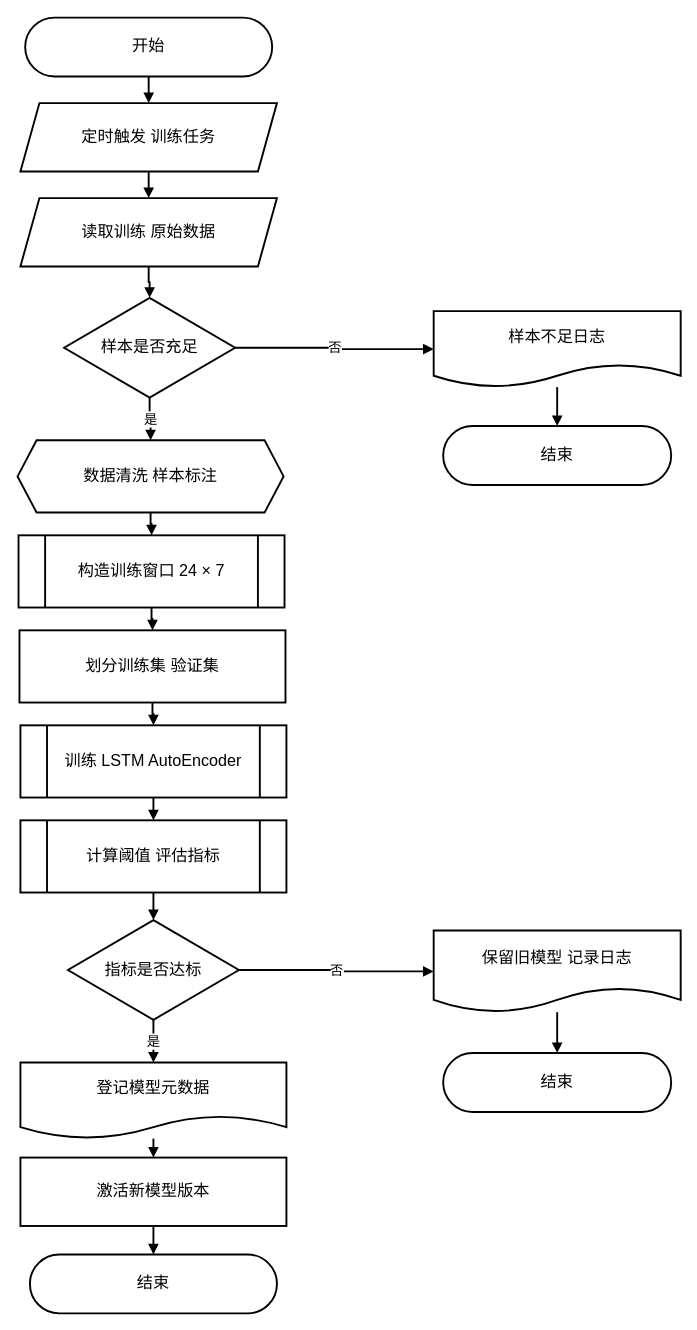
This is pictures_drawio/持续训练流程图.drawio from solisW/my_thesis_system, a draw.io file, before an edit. Source tidied: cells renumbered, new cells numbered last; positions are measured from the earlier drawing's top-left corner, leaving out a move shared by most shapes. Both pictures are drawn from the tidied source at 95%, with x=0, y=0 at pixel (17, 17).
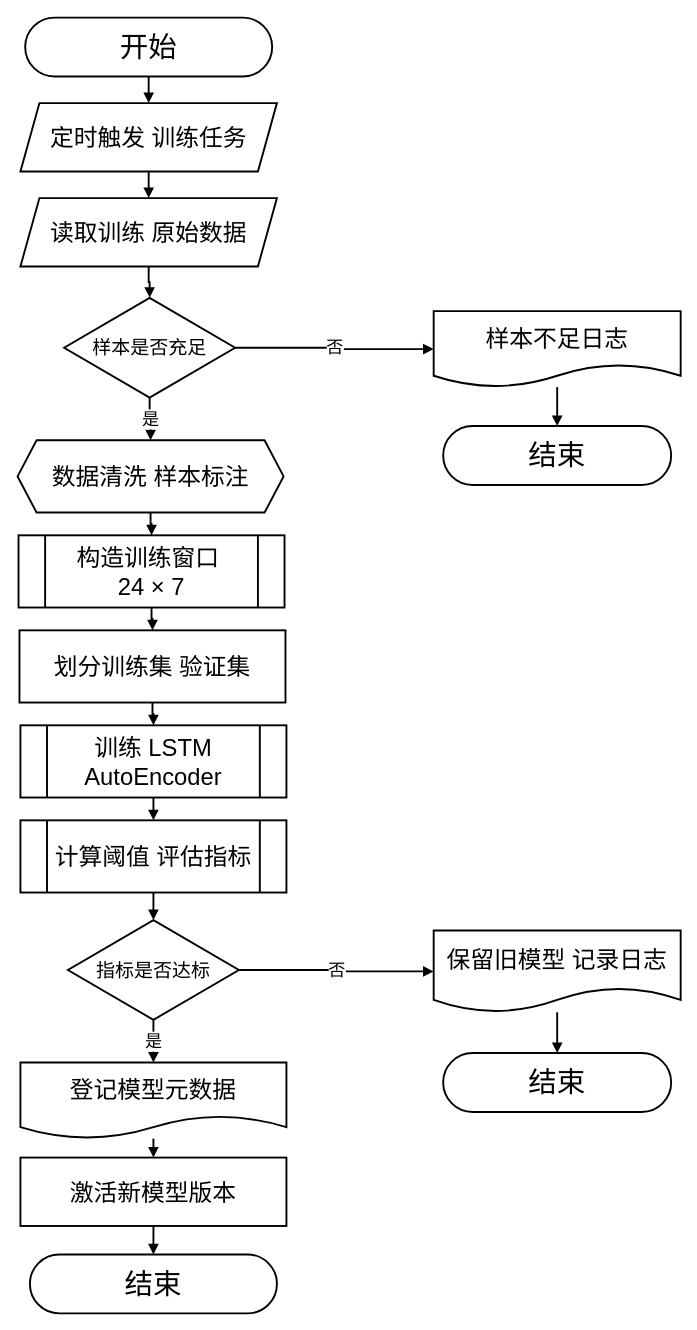
Above is the later version.

Diff of the diagram source:
```diff
@@
-    <mxCell id="2" value="开始" style="rounded=1;arcSize=50;whiteSpace=wrap;html=1;fillColor=#ffffff;strokeColor=#000000;strokeWidth=2;fontSize=17;" parent="1" vertex="1">
+    <mxCell id="2" value="&lt;font style=&quot;font-size: 30px;&quot;&gt;开始&lt;/font&gt;" style="rounded=1;arcSize=50;whiteSpace=wrap;html=1;fillColor=#ffffff;strokeColor=#000000;strokeWidth=2;fontSize=17;" parent="1" vertex="1">
       <mxGeometry x="8" width="260" height="62" as="geometry" />
     </mxCell>
-    <mxCell id="3" value="定时触发 训练任务" style="shape=parallelogram;perimeter=parallelogramPerimeter;whiteSpace=wrap;html=1;fixedSize=1;fillColor=#ffffff;strokeColor=#000000;strokeWidth=2;fontSize=17;" parent="1" vertex="1">
+    <mxCell id="3" value="&lt;font style=&quot;font-size: 25px;&quot;&gt;定时触发 训练任务&lt;/font&gt;" style="shape=parallelogram;perimeter=parallelogramPerimeter;whiteSpace=wrap;html=1;fixedSize=1;fillColor=#ffffff;strokeColor=#000000;strokeWidth=2;fontSize=17;" parent="1" vertex="1">
       <mxGeometry x="3" y="90" width="270" height="72" as="geometry" />
     </mxCell>
-    <mxCell id="4" value="读取训练 原始数据" style="shape=parallelogram;perimeter=parallelogramPerimeter;whiteSpace=wrap;html=1;fixedSize=1;fillColor=#ffffff;strokeColor=#000000;strokeWidth=2;fontSize=17;" parent="1" vertex="1">
+    <mxCell id="4" value="&lt;font style=&quot;font-size: 25px;&quot;&gt;读取训练 原始数据&lt;/font&gt;" style="shape=parallelogram;perimeter=parallelogramPerimeter;whiteSpace=wrap;html=1;fixedSize=1;fillColor=#ffffff;strokeColor=#000000;strokeWidth=2;fontSize=17;" parent="1" vertex="1">
       <mxGeometry x="3" y="190" width="270" height="72" as="geometry" />
     </mxCell>
-    <mxCell id="5" value="样本是否充足" style="rhombus;whiteSpace=wrap;html=1;fillColor=#ffffff;strokeColor=#000000;strokeWidth=2;fontSize=17;" parent="1" vertex="1">
+    <mxCell id="5" value="&lt;font style=&quot;font-size: 20px;&quot;&gt;样本是否充足&lt;/font&gt;" style="rhombus;whiteSpace=wrap;html=1;fillColor=#ffffff;strokeColor=#000000;strokeWidth=2;fontSize=17;" parent="1" vertex="1">
       <mxGeometry x="49" y="295" width="180" height="105" as="geometry" />
     </mxCell>
-    <mxCell id="6" value="样本不足日志" style="shape=document;whiteSpace=wrap;html=1;boundedLbl=1;fillColor=#ffffff;strokeColor=#000000;strokeWidth=2;fontSize=17;" parent="1" vertex="1">
+    <mxCell id="6" value="&lt;font style=&quot;font-size: 25px;&quot;&gt;样本不足日志&lt;/font&gt;" style="shape=document;whiteSpace=wrap;html=1;boundedLbl=1;fillColor=#ffffff;strokeColor=#000000;strokeWidth=2;fontSize=17;" parent="1" vertex="1">
       <mxGeometry x="438" y="309" width="260" height="80" as="geometry" />
     </mxCell>
-    <mxCell id="7" value="结束" style="rounded=1;arcSize=50;whiteSpace=wrap;html=1;fillColor=#ffffff;strokeColor=#000000;strokeWidth=2;fontSize=17;" parent="1" vertex="1">
+    <mxCell id="7" value="&lt;font style=&quot;font-size: 30px;&quot;&gt;结束&lt;/font&gt;" style="rounded=1;arcSize=50;whiteSpace=wrap;html=1;fillColor=#ffffff;strokeColor=#000000;strokeWidth=2;fontSize=17;" parent="1" vertex="1">
       <mxGeometry x="448" y="430" width="240" height="62" as="geometry" />
     </mxCell>
-    <mxCell id="8" value="数据清洗 样本标注" style="shape=hexagon;perimeter=hexagonPerimeter2;whiteSpace=wrap;html=1;fixedSize=1;fillColor=#ffffff;strokeColor=#000000;strokeWidth=2;fontSize=17;" parent="1" vertex="1">
+    <mxCell id="8" value="&lt;font style=&quot;font-size: 25px;&quot;&gt;数据清洗 样本标注&lt;/font&gt;" style="shape=hexagon;perimeter=hexagonPerimeter2;whiteSpace=wrap;html=1;fixedSize=1;fillColor=#ffffff;strokeColor=#000000;strokeWidth=2;fontSize=17;" parent="1" vertex="1">
       <mxGeometry y="445" width="280" height="76" as="geometry" />
     </mxCell>
-    <mxCell id="9" value="构造训练窗口 24 × 7" style="shape=process;whiteSpace=wrap;html=1;backgroundOutline=1;fillColor=#ffffff;strokeColor=#000000;strokeWidth=2;fontSize=17;" parent="1" vertex="1">
+    <mxCell id="9" value="&lt;font style=&quot;font-size: 25px;&quot;&gt;构造训练窗口&amp;nbsp;&lt;/font&gt;&lt;div&gt;&lt;font style=&quot;font-size: 25px;&quot;&gt;24 × 7&lt;/font&gt;&lt;/div&gt;" style="shape=process;whiteSpace=wrap;html=1;backgroundOutline=1;fillColor=#ffffff;strokeColor=#000000;strokeWidth=2;fontSize=17;" parent="1" vertex="1">
       <mxGeometry x="1" y="545" width="280" height="76" as="geometry" />
     </mxCell>
-    <mxCell id="10" value="划分训练集 验证集" style="rounded=0;whiteSpace=wrap;html=1;fillColor=#ffffff;strokeColor=#000000;strokeWidth=2;fontSize=17;" parent="1" vertex="1">
+    <mxCell id="10" value="&lt;font style=&quot;font-size: 25px;&quot;&gt;划分训练集 验证集&lt;/font&gt;" style="rounded=0;whiteSpace=wrap;html=1;fillColor=#ffffff;strokeColor=#000000;strokeWidth=2;fontSize=17;" parent="1" vertex="1">
       <mxGeometry x="2" y="645" width="280" height="76" as="geometry" />
     </mxCell>
-    <mxCell id="11" value="训练 LSTM AutoEncoder" style="shape=process;whiteSpace=wrap;html=1;backgroundOutline=1;fillColor=#ffffff;strokeColor=#000000;strokeWidth=2;fontSize=17;" parent="1" vertex="1">
+    <mxCell id="11" value="&lt;font style=&quot;font-size: 25px;&quot;&gt;训练 LSTM AutoEncoder&lt;/font&gt;" style="shape=process;whiteSpace=wrap;html=1;backgroundOutline=1;fillColor=#ffffff;strokeColor=#000000;strokeWidth=2;fontSize=17;" parent="1" vertex="1">
       <mxGeometry x="3" y="745" width="280" height="76" as="geometry" />
     </mxCell>
-    <mxCell id="12" value="计算阈值 评估指标" style="shape=process;whiteSpace=wrap;html=1;backgroundOutline=1;fillColor=#ffffff;strokeColor=#000000;strokeWidth=2;fontSize=17;" parent="1" vertex="1">
+    <mxCell id="12" value="&lt;font style=&quot;font-size: 25px;&quot;&gt;计算阈值 评估指标&lt;/font&gt;" style="shape=process;whiteSpace=wrap;html=1;backgroundOutline=1;fillColor=#ffffff;strokeColor=#000000;strokeWidth=2;fontSize=17;" parent="1" vertex="1">
       <mxGeometry x="3" y="845" width="280" height="76" as="geometry" />
     </mxCell>
-    <mxCell id="13" value="指标是否达标" style="rhombus;whiteSpace=wrap;html=1;fillColor=#ffffff;strokeColor=#000000;strokeWidth=2;fontSize=17;" parent="1" vertex="1">
+    <mxCell id="13" value="&lt;font style=&quot;font-size: 20px;&quot;&gt;指标是否达标&lt;/font&gt;" style="rhombus;whiteSpace=wrap;html=1;fillColor=#ffffff;strokeColor=#000000;strokeWidth=2;fontSize=17;" parent="1" vertex="1">
       <mxGeometry x="53" y="950" width="180" height="105" as="geometry" />
     </mxCell>
-    <mxCell id="14" value="保留旧模型 记录日志" style="shape=document;whiteSpace=wrap;html=1;boundedLbl=1;fillColor=#ffffff;strokeColor=#000000;strokeWidth=2;fontSize=17;" parent="1" vertex="1">
+    <mxCell id="14" value="&lt;font style=&quot;font-size: 25px;&quot;&gt;保留旧模型 记录日志&lt;/font&gt;" style="shape=document;whiteSpace=wrap;html=1;boundedLbl=1;fillColor=#ffffff;strokeColor=#000000;strokeWidth=2;fontSize=17;" parent="1" vertex="1">
       <mxGeometry x="438" y="961" width="260" height="86" as="geometry" />
     </mxCell>
-    <mxCell id="15" value="结束" style="rounded=1;arcSize=50;whiteSpace=wrap;html=1;fillColor=#ffffff;strokeColor=#000000;strokeWidth=2;fontSize=17;" parent="1" vertex="1">
+    <mxCell id="15" value="&lt;font style=&quot;font-size: 30px;&quot;&gt;结束&lt;/font&gt;" style="rounded=1;arcSize=50;whiteSpace=wrap;html=1;fillColor=#ffffff;strokeColor=#000000;strokeWidth=2;fontSize=17;" parent="1" vertex="1">
       <mxGeometry x="448" y="1090" width="240" height="62" as="geometry" />
     </mxCell>
-    <mxCell id="16" value="登记模型元数据" style="shape=document;whiteSpace=wrap;html=1;boundedLbl=1;fillColor=#ffffff;strokeColor=#000000;strokeWidth=2;fontSize=17;" parent="1" vertex="1">
+    <mxCell id="16" value="&lt;font style=&quot;font-size: 25px;&quot;&gt;登记模型元数据&lt;/font&gt;" style="shape=document;whiteSpace=wrap;html=1;boundedLbl=1;fillColor=#ffffff;strokeColor=#000000;strokeWidth=2;fontSize=17;" parent="1" vertex="1">
       <mxGeometry x="3" y="1100" width="280" height="80" as="geometry" />
     </mxCell>
-    <mxCell id="17" value="激活新模型版本" style="rounded=0;whiteSpace=wrap;html=1;fillColor=#ffffff;strokeColor=#000000;strokeWidth=2;fontSize=17;" parent="1" vertex="1">
+    <mxCell id="17" value="&lt;font style=&quot;font-size: 25px;&quot;&gt;激活新模型版本&lt;/font&gt;" style="rounded=0;whiteSpace=wrap;html=1;fillColor=#ffffff;strokeColor=#000000;strokeWidth=2;fontSize=17;" parent="1" vertex="1">
       <mxGeometry x="3" y="1200" width="280" height="72" as="geometry" />
     </mxCell>
-    <mxCell id="18" value="结束" style="rounded=1;arcSize=50;whiteSpace=wrap;html=1;fillColor=#ffffff;strokeColor=#000000;strokeWidth=2;fontSize=17;" parent="1" vertex="1">
+    <mxCell id="18" value="&lt;font style=&quot;font-size: 30px;&quot;&gt;结束&lt;/font&gt;" style="rounded=1;arcSize=50;whiteSpace=wrap;html=1;fillColor=#ffffff;strokeColor=#000000;strokeWidth=2;fontSize=17;" parent="1" vertex="1">
       <mxGeometry x="13" y="1302" width="260" height="62" as="geometry" />
     </mxCell>
@@
-    <mxCell id="22" value="否" style="endArrow=block;html=1;rounded=0;edgeStyle=orthogonalEdgeStyle;strokeWidth=2;fontSize=14;" parent="1" edge="1" source="5" target="6">
+    <mxCell id="22" value="&lt;font style=&quot;font-size: 18px;&quot;&gt;否&lt;/font&gt;" style="endArrow=block;html=1;rounded=0;edgeStyle=orthogonalEdgeStyle;strokeWidth=2;fontSize=14;" parent="1" edge="1" source="5" target="6">
       <mxGeometry relative="1" as="geometry" />
     </mxCell>
@@
-    <mxCell id="24" value="是" style="endArrow=block;html=1;rounded=0;edgeStyle=orthogonalEdgeStyle;strokeWidth=2;fontSize=14;" parent="1" edge="1" source="5" target="8">
+    <mxCell id="24" value="&lt;font style=&quot;font-size: 18px;&quot;&gt;是&lt;/font&gt;" style="endArrow=block;html=1;rounded=0;edgeStyle=orthogonalEdgeStyle;strokeWidth=2;fontSize=14;" parent="1" edge="1" source="5" target="8">
       <mxGeometry relative="1" as="geometry" />
     </mxCell>
@@
-    <mxCell id="30" value="否" style="endArrow=block;html=1;rounded=0;edgeStyle=orthogonalEdgeStyle;strokeWidth=2;fontSize=14;" parent="1" edge="1" source="13" target="14">
+    <mxCell id="30" value="&lt;font style=&quot;font-size: 18px;&quot;&gt;否&lt;/font&gt;" style="endArrow=block;html=1;rounded=0;edgeStyle=orthogonalEdgeStyle;strokeWidth=2;fontSize=14;" parent="1" edge="1" source="13" target="14">
       <mxGeometry relative="1" as="geometry" />
     </mxCell>
@@
-    <mxCell id="32" value="是" style="endArrow=block;html=1;rounded=0;edgeStyle=orthogonalEdgeStyle;strokeWidth=2;fontSize=14;" parent="1" edge="1" source="13" target="16">
+    <mxCell id="32" value="&lt;font style=&quot;font-size: 18px;&quot;&gt;是&lt;/font&gt;" style="endArrow=block;html=1;rounded=0;edgeStyle=orthogonalEdgeStyle;strokeWidth=2;fontSize=14;" parent="1" edge="1" source="13" target="16">
       <mxGeometry relative="1" as="geometry" />
     </mxCell>
```
